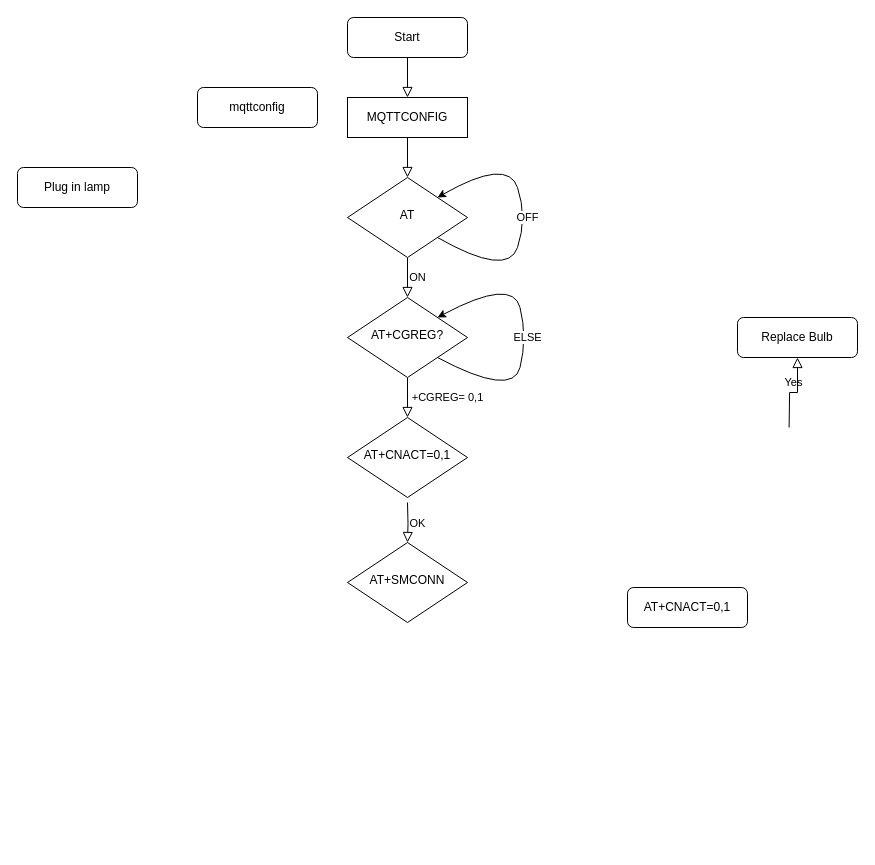
Before: NB_IoT.drawio in K2ayzz/ForDrawIO, a draw.io diagram. Source tidied: cells renumbered, new cells numbered last; positions are measured from the earlier drawing's top-left corner, leaving out a move shared by most shapes. Both pictures are drawn from the tidied source at 100%, with x=0, y=0 at pixel (17, 17).
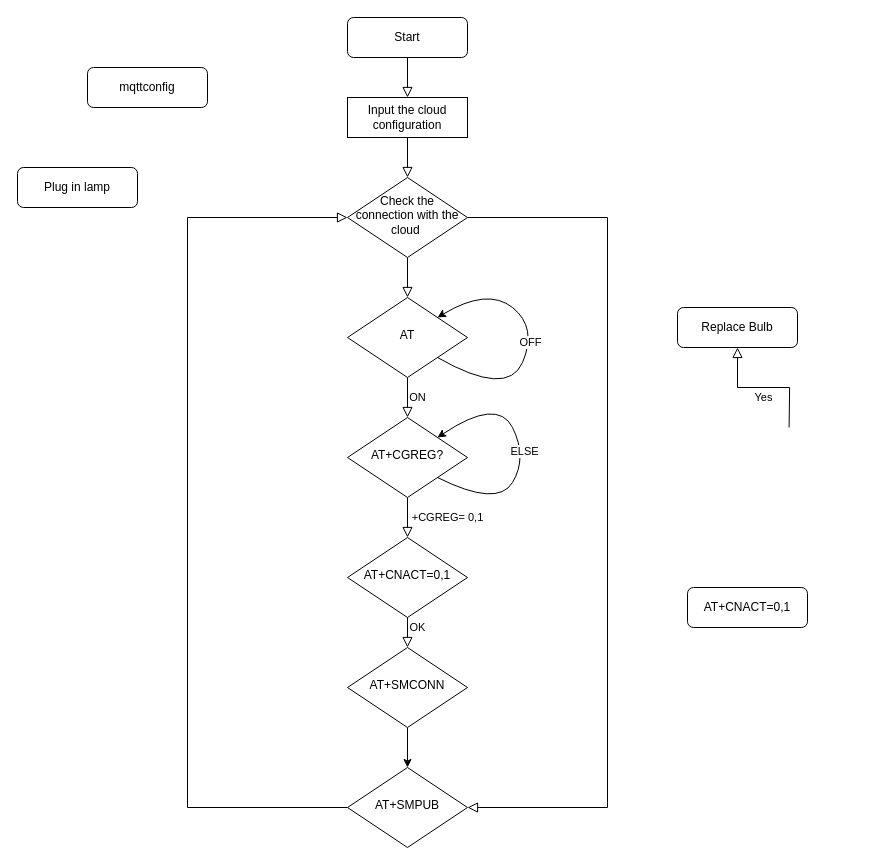
After the change.

Commit message:
Cập nhật NB_IoT.drawio

What changed in the source:
```diff
@@
     <mxCell id="5" value="AT" style="rhombus;whiteSpace=wrap;html=1;shadow=0;fontFamily=Helvetica;fontSize=12;align=center;strokeWidth=1;spacing=6;spacingTop=-4;" parent="1" vertex="1">
-      <mxGeometry x="330" y="160" width="120" height="80" as="geometry" />
+      <mxGeometry x="330" y="280" width="120" height="80" as="geometry" />
     </mxCell>
@@
     <mxCell id="9" value="AT+CGREG?" style="rhombus;whiteSpace=wrap;html=1;shadow=0;fontFamily=Helvetica;fontSize=12;align=center;strokeWidth=1;spacing=6;spacingTop=-4;" parent="1" vertex="1">
-      <mxGeometry x="330" y="280" width="120" height="80" as="geometry" />
+      <mxGeometry x="330" y="400" width="120" height="80" as="geometry" />
     </mxCell>
     <mxCell id="10" value="AT+CNACT=0,1" style="rounded=1;whiteSpace=wrap;html=1;fontSize=12;glass=0;strokeWidth=1;shadow=0;" parent="1" vertex="1">
-      <mxGeometry x="610" y="570" width="120" height="40" as="geometry" />
+      <mxGeometry x="670" y="570" width="120" height="40" as="geometry" />
     </mxCell>
     <mxCell id="11" value="Replace Bulb" style="rounded=1;whiteSpace=wrap;html=1;fontSize=12;glass=0;strokeWidth=1;shadow=0;" parent="1" vertex="1">
-      <mxGeometry x="720" y="300" width="120" height="40" as="geometry" />
+      <mxGeometry x="660" y="290" width="120" height="40" as="geometry" />
     </mxCell>
     <mxCell id="12" value="mqttconfig" style="rounded=1;whiteSpace=wrap;html=1;fontSize=12;glass=0;strokeWidth=1;shadow=0;" parent="1" vertex="1">
-      <mxGeometry x="180" y="70" width="120" height="40" as="geometry" />
+      <mxGeometry x="70" y="50" width="120" height="40" as="geometry" />
     </mxCell>
-    <mxCell id="13" style="rounded=0;html=1;jettySize=auto;fontSize=11;endArrow=block;endFill=0;endSize=8;strokeWidth=1;shadow=0;labelBackgroundColor=none;edgeStyle=orthogonalEdgeStyle;entryX=0.5;entryY=0;entryDx=0;entryDy=0;exitX=0.5;exitY=1;exitDx=0;exitDy=0;" parent="1" edge="1" source="19" target="5">
+    <mxCell id="13" style="rounded=0;html=1;jettySize=auto;fontSize=11;endArrow=block;endFill=0;endSize=8;strokeWidth=1;shadow=0;labelBackgroundColor=none;edgeStyle=orthogonalEdgeStyle;entryX=0.5;entryY=0;entryDx=0;entryDy=0;exitX=0.5;exitY=1;exitDx=0;exitDy=0;" parent="1" edge="1" source="22" target="5">
       <mxGeometry relative="1" as="geometry" />
     </mxCell>
     <mxCell id="14" value="OFF" style="curved=1;endArrow=classic;html=1;rounded=0;entryX=1;entryY=0;entryDx=0;entryDy=0;exitX=1;exitY=1;exitDx=0;exitDy=0;" parent="1" edge="1" source="5" target="5">
       <mxGeometry relative="1" as="geometry">
         <Array as="points">
-          <mxPoint x="490" y="260" />
-          <mxPoint x="510" y="200" />
-          <mxPoint x="490" y="140" />
+          <mxPoint x="490" y="380" />
+          <mxPoint x="520" y="310" />
+          <mxPoint x="470" y="270" />
         </Array>
       </mxGeometry>
     </mxCell>
     <mxCell id="15" value="ELSE" style="curved=1;endArrow=classic;html=1;rounded=0;entryX=1;entryY=0;entryDx=0;entryDy=0;exitX=1;exitY=1;exitDx=0;exitDy=0;" parent="1" edge="1" source="9" target="9">
       <mxGeometry relative="1" as="geometry">
         <Array as="points">
-          <mxPoint x="495" y="380" />
-          <mxPoint x="510" y="320" />
-          <mxPoint x="495" y="260" />
+          <mxPoint x="480" y="490" />
+          <mxPoint x="510" y="440" />
+          <mxPoint x="480" y="380" />
         </Array>
       </mxGeometry>
     </mxCell>
     <mxCell id="16" value="AT+CNACT=0,1" style="rhombus;whiteSpace=wrap;html=1;shadow=0;fontFamily=Helvetica;fontSize=12;align=center;strokeWidth=1;spacing=6;spacingTop=-4;" parent="1" vertex="1">
-      <mxGeometry x="330" y="400" width="120" height="80" as="geometry" />
+      <mxGeometry x="330" y="520" width="120" height="80" as="geometry" />
     </mxCell>
-    <mxCell id="17" value="OK" style="rounded=0;html=1;jettySize=auto;fontSize=11;endArrow=block;endFill=0;endSize=8;strokeWidth=1;shadow=0;labelBackgroundColor=none;edgeStyle=orthogonalEdgeStyle;entryX=0.5;entryY=0;entryDx=0;entryDy=0;" parent="1" edge="1" target="18">
-      <mxGeometry x="0.04" y="-9" relative="1" as="geometry">
-        <mxPoint x="390" y="485" as="sourcePoint" />
-        <mxPoint x="9" y="9" as="offset" />
-      </mxGeometry>
+    <mxCell id="17" value="OK" style="rounded=0;html=1;jettySize=auto;fontSize=11;endArrow=block;endFill=0;endSize=8;strokeWidth=1;shadow=0;labelBackgroundColor=none;edgeStyle=orthogonalEdgeStyle;entryX=0.5;entryY=0;entryDx=0;entryDy=0;exitX=0.5;exitY=1;exitDx=0;exitDy=0;" parent="1" edge="1" source="16" target="18">
+      <mxGeometry x="-0.33" y="10" relative="1" as="geometry" />
     </mxCell>
+    <mxCell id="20" style="edgeStyle=orthogonalEdgeStyle;rounded=0;jettySize=auto;html=1;" parent="1" edge="1" source="18" target="21">
+      <mxGeometry relative="1" as="geometry" />
+    </mxCell>
     <mxCell id="18" value="AT+SMCONN" style="rhombus;whiteSpace=wrap;html=1;shadow=0;fontFamily=Helvetica;fontSize=12;align=center;strokeWidth=1;spacing=6;spacingTop=-4;" parent="1" vertex="1">
-      <mxGeometry x="330" y="525" width="120" height="80" as="geometry" />
+      <mxGeometry x="330" y="630" width="120" height="80" as="geometry" />
     </mxCell>
-    <mxCell id="19" value="MQTTCONFIG" style="rounded=0;whiteSpace=wrap;html=1;" parent="1" vertex="1">
+    <mxCell id="19" value="Input the cloud configuration" style="rounded=0;whiteSpace=wrap;html=1;" parent="1" vertex="1">
       <mxGeometry x="330" y="80" width="120" height="40" as="geometry" />
     </mxCell>
+    <mxCell id="21" value="AT+SMPUB" style="rhombus;whiteSpace=wrap;html=1;shadow=0;fontFamily=Helvetica;fontSize=12;align=center;strokeWidth=1;spacing=6;spacingTop=-4;" parent="1" vertex="1">
+      <mxGeometry x="330" y="750" width="120" height="80" as="geometry" />
+    </mxCell>
+    <mxCell id="22" value="Check the connection with the cloud&amp;nbsp;" style="rhombus;whiteSpace=wrap;html=1;shadow=0;fontFamily=Helvetica;fontSize=12;align=center;strokeWidth=1;spacing=6;spacingTop=-4;" parent="1" vertex="1">
+      <mxGeometry x="330" y="160" width="120" height="80" as="geometry" />
+    </mxCell>
+    <mxCell id="23" style="rounded=0;html=1;jettySize=auto;fontSize=11;endArrow=block;endFill=0;endSize=8;strokeWidth=1;shadow=0;labelBackgroundColor=none;edgeStyle=orthogonalEdgeStyle;entryX=0.5;entryY=0;entryDx=0;entryDy=0;exitX=0.5;exitY=1;exitDx=0;exitDy=0;" parent="1" edge="1" source="19" target="22">
+      <mxGeometry relative="1" as="geometry" />
+    </mxCell>
+    <mxCell id="24" style="rounded=0;html=1;jettySize=auto;fontSize=11;endArrow=block;endFill=0;endSize=8;strokeWidth=1;shadow=0;labelBackgroundColor=none;edgeStyle=orthogonalEdgeStyle;entryX=0;entryY=0.5;entryDx=0;entryDy=0;exitX=0;exitY=0.5;exitDx=0;exitDy=0;" parent="1" edge="1" source="21" target="22">
+      <mxGeometry relative="1" as="geometry">
+        <Array as="points">
+          <mxPoint x="170" y="790" />
+          <mxPoint x="170" y="200" />
+        </Array>
+      </mxGeometry>
+    </mxCell>
+    <mxCell id="25" style="rounded=0;html=1;jettySize=auto;fontSize=11;endArrow=block;endFill=0;endSize=8;strokeWidth=1;shadow=0;labelBackgroundColor=none;edgeStyle=orthogonalEdgeStyle;entryX=1;entryY=0.5;entryDx=0;entryDy=0;exitX=1;exitY=0.5;exitDx=0;exitDy=0;" parent="1" edge="1" source="22" target="21">
+      <mxGeometry relative="1" as="geometry">
+        <Array as="points">
+          <mxPoint x="590" y="200" />
+          <mxPoint x="590" y="790" />
+        </Array>
+      </mxGeometry>
+    </mxCell>
```
